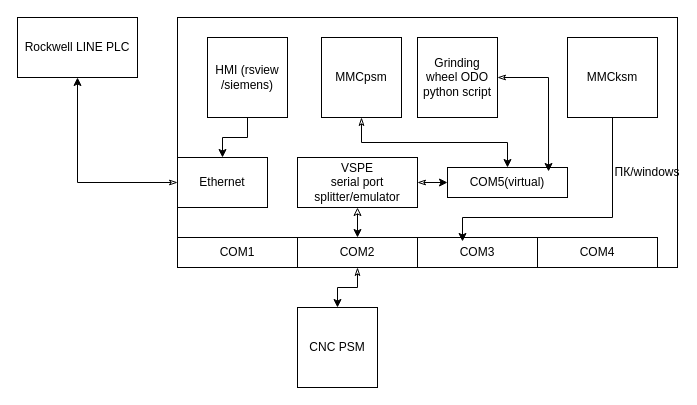
Earlier version of the draw.io diagram MMCPSM.drawio (megavad/Diagrams). Source tidied: cells renumbered, new cells numbered last; positions are measured from the earlier drawing's top-left corner, leaving out a move shared by most shapes. Both pictures are drawn from the tidied source at 100%, with x=0, y=0 at pixel (17, 17).
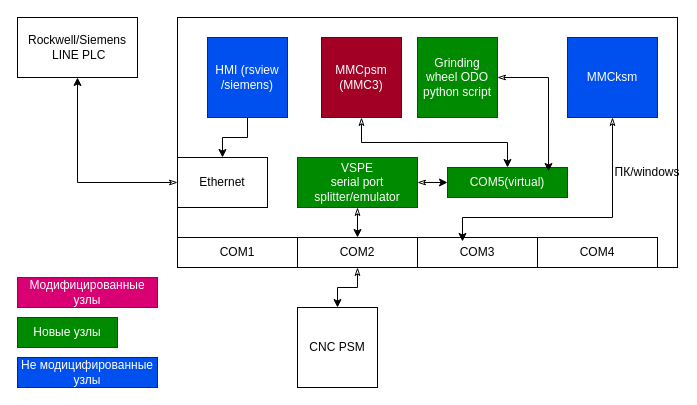
After the change.

Unchanged cells that the change refers to:
```xml
<mxCell id="15" value="COM2" style="rounded=0;whiteSpace=wrap;html=1;" parent="1" vertex="1">
  <mxGeometry x="280" y="220" width="120" height="30" as="geometry" />
</mxCell>
<mxCell id="16" value="COM3" style="rounded=0;whiteSpace=wrap;html=1;" parent="1" vertex="1">
  <mxGeometry x="400" y="220" width="120" height="30" as="geometry" />
</mxCell>
```

What changed in the source:
```diff
@@
-    <mxCell id="4" value="HMI (rsview&lt;div&gt;/siemens)&lt;/div&gt;" style="whiteSpace=wrap;html=1;" parent="1" vertex="1">
+    <mxCell id="4" value="HMI (rsview&lt;div&gt;/siemens)&lt;/div&gt;" style="whiteSpace=wrap;html=1;fillColor=#0050ef;fontColor=#ffffff;strokeColor=#001DBC;" parent="1" vertex="1">
       <mxGeometry x="190" y="20" width="80" height="80" as="geometry" />
     </mxCell>
@@
-    <mxCell id="6" value="MMCpsm" style="whiteSpace=wrap;html=1;" parent="1" vertex="1">
+    <mxCell id="6" value="MMCpsm&lt;div&gt;(MMC3)&lt;/div&gt;" style="whiteSpace=wrap;html=1;fillColor=#a20025;fontColor=#ffffff;strokeColor=#6F0000;" parent="1" vertex="1">
       <mxGeometry x="304" y="20" width="80" height="80" as="geometry" />
     </mxCell>
-    <mxCell id="7" value="MMCksm" style="rounded=0;whiteSpace=wrap;html=1;" parent="1" vertex="1">
+    <mxCell id="7" value="MMCksm" style="rounded=0;whiteSpace=wrap;html=1;fillColor=#0050ef;fontColor=#ffffff;strokeColor=#001DBC;" parent="1" vertex="1">
       <mxGeometry x="550" y="20" width="90" height="80" as="geometry" />
     </mxCell>
@@
-    <mxCell id="10" style="edgeStyle=orthogonalEdgeStyle;rounded=0;jettySize=auto;html=1;defaultLabelBackgroundColor=page;startArrow=classic;startFill=0;" parent="1" edge="1" source="12" target="15">
+    <mxCell id="10" style="edgeStyle=orthogonalEdgeStyle;rounded=0;jettySize=auto;html=1;defaultLabelBackgroundColor=page;startArrow=classicThin;startFill=0;" parent="1" edge="1" source="12" target="15">
       <mxGeometry x="0.4" relative="1" as="geometry" />
     </mxCell>
@@
-    <mxCell id="12" value="VSPE&lt;div&gt;serial port splitter/emulator&lt;/div&gt;" style="rounded=0;whiteSpace=wrap;html=1;" parent="1" vertex="1">
+    <mxCell id="12" value="VSPE&lt;div&gt;serial port splitter/emulator&lt;/div&gt;" style="rounded=0;whiteSpace=wrap;html=1;fillColor=#008a00;fontColor=#ffffff;strokeColor=#005700;" parent="1" vertex="1">
       <mxGeometry x="280" y="140" width="120" height="50" as="geometry" />
     </mxCell>
@@
-    <mxCell id="18" value="COM5(virtual)" style="rounded=0;whiteSpace=wrap;html=1;" parent="1" vertex="1">
+    <mxCell id="18" value="COM5(virtual)" style="rounded=0;whiteSpace=wrap;html=1;fillColor=#008a00;fontColor=#ffffff;strokeColor=#005700;" parent="1" vertex="1">
       <mxGeometry x="430" y="150" width="120" height="30" as="geometry" />
     </mxCell>
-    <mxCell id="19" value="Grinding wheel ODO&lt;div&gt;python script&lt;/div&gt;" style="whiteSpace=wrap;html=1;" parent="1" vertex="1">
+    <mxCell id="19" value="Grinding wheel ODO&lt;div&gt;python script&lt;/div&gt;" style="whiteSpace=wrap;html=1;fillColor=#008a00;fontColor=#ffffff;strokeColor=#005700;" parent="1" vertex="1">
       <mxGeometry x="400" y="20" width="80" height="80" as="geometry" />
     </mxCell>
@@
-    <mxCell id="21" value="Rockwell LINE PLC" style="rounded=0;whiteSpace=wrap;html=1;" parent="1" vertex="1">
+    <mxCell id="21" value="Rockwell/Siemens&lt;div&gt;&amp;nbsp;LINE PLC&lt;/div&gt;" style="rounded=0;whiteSpace=wrap;html=1;" parent="1" vertex="1">
       <mxGeometry width="120" height="60" as="geometry" />
     </mxCell>
@@
-    <mxCell id="24" style="edgeStyle=orthogonalEdgeStyle;rounded=0;jettySize=auto;html=1;entryX=0.375;entryY=0.133;entryDx=0;entryDy=0;entryPerimeter=0;defaultLabelBackgroundColor=page;" parent="1" edge="1" source="7" target="16">
+    <mxCell id="24" style="edgeStyle=orthogonalEdgeStyle;rounded=0;jettySize=auto;html=1;entryX=0.375;entryY=0.133;entryDx=0;entryDy=0;entryPerimeter=0;defaultLabelBackgroundColor=page;startArrow=classicThin;startFill=0;" parent="1" edge="1" source="7" target="16">
       <mxGeometry relative="1" as="geometry">
         <Array as="points">
           <mxPoint x="595" y="200" />
           <mxPoint x="445" y="200" />
         </Array>
       </mxGeometry>
     </mxCell>
+    <mxCell id="25" value="Модифицированные узлы" style="text;html=1;whiteSpace=wrap;strokeColor=#A50040;fillColor=#d80073;align=center;verticalAlign=middle;rounded=0;fontColor=#ffffff;" parent="1" vertex="1">
+      <mxGeometry y="260" width="140" height="30" as="geometry" />
+    </mxCell>
+    <mxCell id="26" value="Новые узлы" style="text;html=1;whiteSpace=wrap;strokeColor=#005700;fillColor=#008a00;align=center;verticalAlign=middle;rounded=0;fontColor=#ffffff;" parent="1" vertex="1">
+      <mxGeometry y="300" width="100" height="30" as="geometry" />
+    </mxCell>
+    <mxCell id="27" value="Не модицифированные узлы" style="text;html=1;whiteSpace=wrap;strokeColor=#001DBC;fillColor=#0050ef;align=center;verticalAlign=middle;rounded=0;fontColor=#ffffff;" parent="1" vertex="1">
+      <mxGeometry y="340" width="140" height="30" as="geometry" />
+    </mxCell>
```
